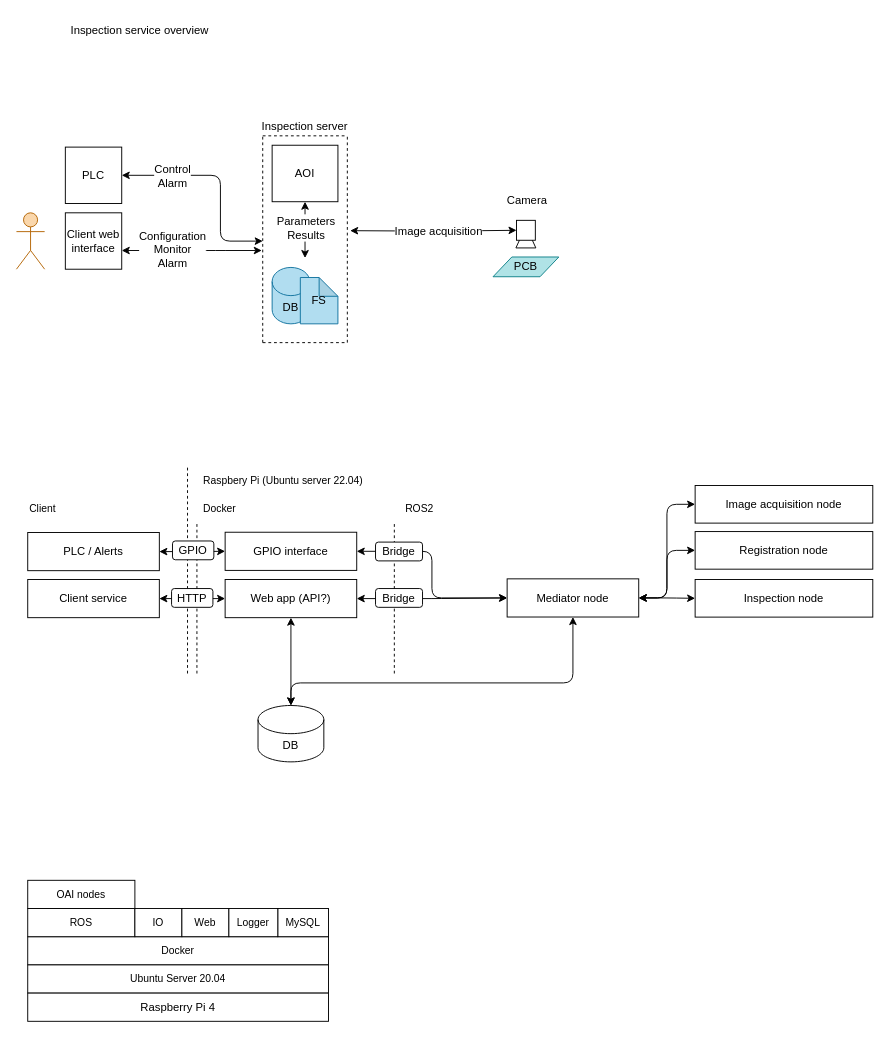
This is page "System architecture overview" (1 of 6) of design.drawio from ChrnyaevEK/open-aoi, a draw.io file, before an edit. Source tidied: cells renumbered, new cells numbered last; positions are measured from the earlier drawing's top-left corner, leaving out a move shared by most shapes. Both pictures are drawn from the tidied source at 94%, with x=0, y=0 at pixel (16, 16).
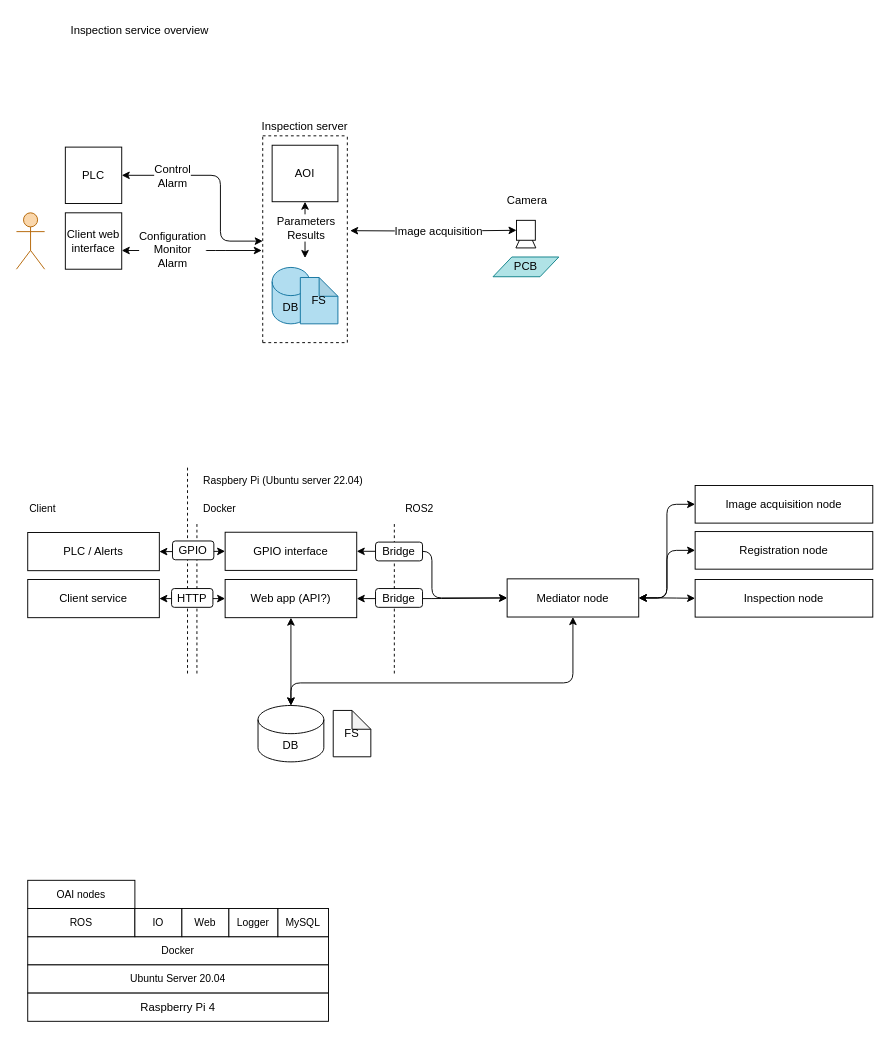
The same diagram, later.

Change to the diagram source:
```diff
@@
+    <mxCell id="66" value="FS" style="shape=note;whiteSpace=wrap;html=1;backgroundOutline=1;darkOpacity=0.05;size=20;fontSize=12;" parent="1" vertex="1">
+      <mxGeometry x="337" y="738.3" width="40" height="49.3" as="geometry" />
+    </mxCell>
```
